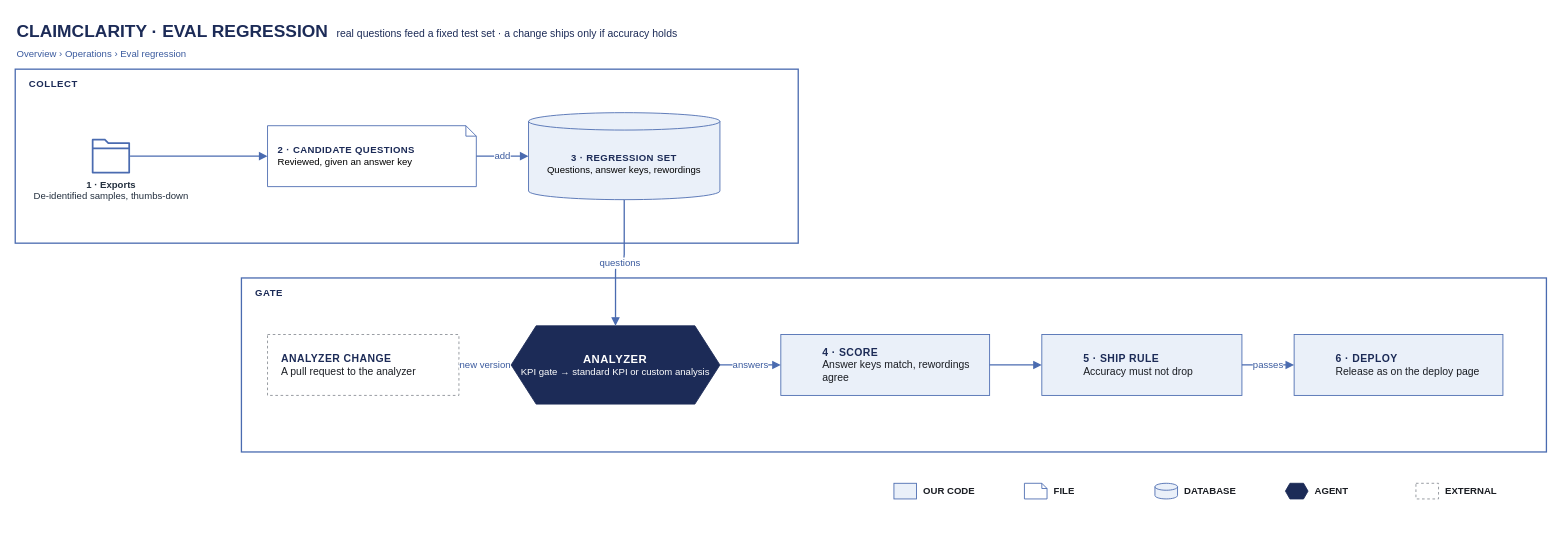
Above: docs/architecture/src/63-eval-regression.drawio in Peter-Shamoun/cc (draw.io), before the change. Source tidied: cells renumbered, new cells numbered last; positions are measured from the earlier drawing's top-left corner, leaving out a move shared by most shapes. Both pictures are drawn from the tidied source at 87%, with x=0, y=0 at pixel (15, 15).
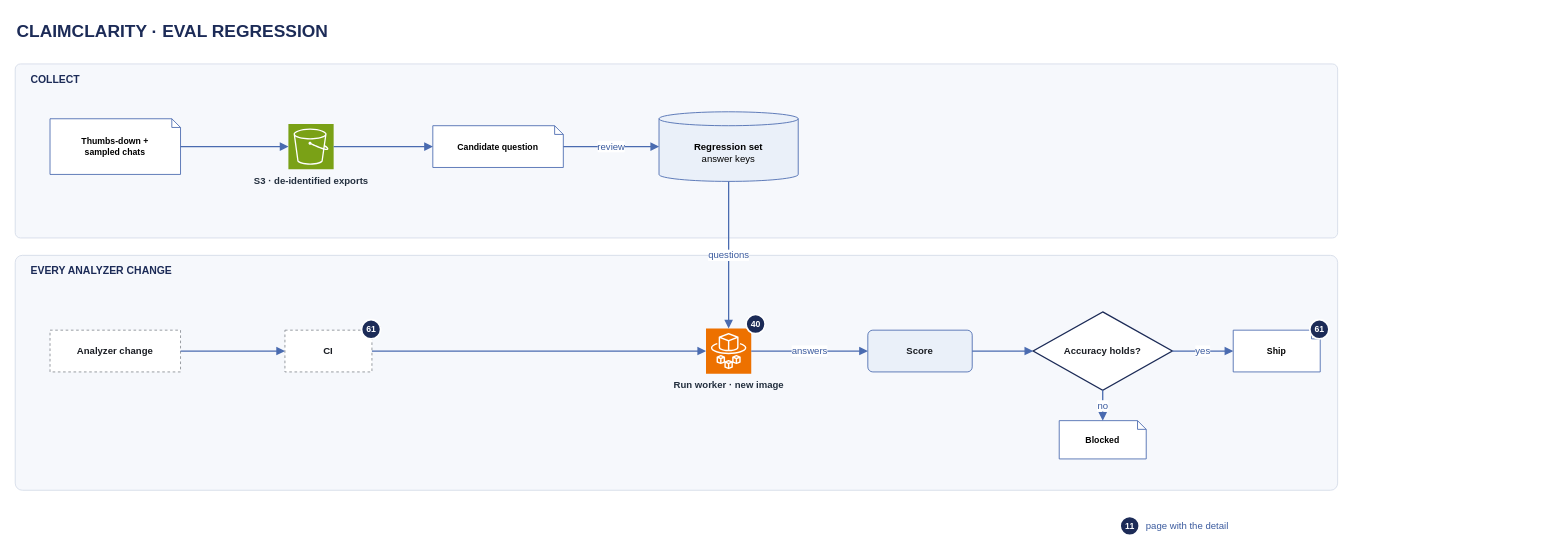
The same diagram, later.

The edit, as a diff of the source:
```diff
@@
-    <mxCell id="2" value="&lt;b style=&quot;font-size:20px&quot;&gt;CLAIMCLARITY · EVAL REGRESSION&lt;/b&gt;&amp;nbsp;&amp;nbsp;&amp;nbsp;real questions feed a fixed test set · a change ships only if accuracy holds" style="text;html=1;align=left;verticalAlign=middle;whiteSpace=wrap;fontFamily=Helvetica;fontSize=12;fontColor=#1C2B57;verticalAlign=top;" parent="1" vertex="1">
-      <mxGeometry width="1400" height="32" as="geometry" />
+    <mxCell id="2" value="&lt;b style='font-size:20px'&gt;CLAIMCLARITY · EVAL REGRESSION&lt;/b&gt;" style="text;html=1;align=left;verticalAlign=middle;fontSize=12;fontColor=#1C2B57;fontStyle=1;fontFamily=Helvetica;fontStyle=0;" parent="1" vertex="1">
+      <mxGeometry width="1520" height="36" as="geometry" />
     </mxCell>
-    <mxCell id="3" value="Overview › Operations › Eval regression" style="text;html=1;align=left;verticalAlign=middle;whiteSpace=wrap;fontFamily=Helvetica;fontSize=11;fontColor=#3A5A9E;verticalAlign=top;" parent="1" vertex="1">
-      <mxGeometry y="32" width="900" height="20" as="geometry" />
-    </mxCell>
-    <mxCell id="4" style="rounded=0;whiteSpace=wrap;html=1;fillColor=none;strokeColor=#4A6BB0;strokeWidth=1.5;" parent="1" vertex="1">
-      <mxGeometry y="62" width="900" height="200" as="geometry" />
-    </mxCell>
+    <mxCell id="34" style="rounded=1;arcSize=3;html=1;fillColor=#F6F8FC;strokeColor=#D5DCE8;" parent="1" vertex="1">
+      <mxGeometry y="56" width="1520" height="200" as="geometry" />
+    </mxCell>
-    <mxCell id="5" value="&lt;b style=&quot;color:#1C2B57;letter-spacing:0.06em&quot;&gt;COLLECT&lt;/b&gt;" style="text;html=1;align=left;verticalAlign=middle;whiteSpace=wrap;fontFamily=Helvetica;fontSize=11;" parent="4" vertex="1">
-      <mxGeometry x="14" y="6" width="872" height="22" as="geometry" />
+    <mxCell id="5" value="COLLECT" style="text;html=1;align=left;verticalAlign=middle;fontSize=12;fontColor=#1C2B57;fontStyle=1;fontFamily=Helvetica;" parent="1" vertex="1">
+      <mxGeometry x="16" y="62" width="1000" height="24" as="geometry" />
     </mxCell>
-    <mxCell id="6" value="&lt;b&gt;1 · Exports&lt;/b&gt;&lt;br&gt;De-identified samples, thumbs-down" style="shape=mxgraph.aws4.folder;html=1;fillColor=#4A6BB0;strokeColor=none;verticalLabelPosition=bottom;verticalAlign=top;align=center;fontSize=11;fontFamily=Helvetica;fontColor=#232F3E;" parent="1" vertex="1">
-      <mxGeometry x="86" y="142" width="48" height="40" as="geometry" />
-    </mxCell>
-    <mxCell id="7" value="&lt;b style=&quot;color:#1C2B57;letter-spacing:0.04em&quot;&gt;2 · CANDIDATE QUESTIONS&lt;/b&gt;&lt;br&gt;Reviewed, given an answer key" style="shape=note;size=12;whiteSpace=wrap;html=1;fillColor=#FFFFFF;strokeColor=#4A6BB0;fontSize=11;fontFamily=Helvetica;align=left;spacingLeft=10;" parent="1" vertex="1">
-      <mxGeometry x="290" y="127" width="240" height="70" as="geometry" />
-    </mxCell>
-    <mxCell id="8" value="&lt;b style=&quot;color:#1C2B57;letter-spacing:0.04em&quot;&gt;3 · REGRESSION SET&lt;/b&gt;&lt;br&gt;Questions, answer keys, rewordings" style="shape=cylinder3;whiteSpace=wrap;html=1;boundedLbl=1;backgroundOutline=1;size=10;fillColor=#EAF0F9;strokeColor=#4A6BB0;fontSize=11;fontFamily=Helvetica;" parent="1" vertex="1">
-      <mxGeometry x="590" y="112" width="220" height="100" as="geometry" />
-    </mxCell>
-    <mxCell id="9" style="rounded=0;whiteSpace=wrap;html=1;fillColor=none;strokeColor=#4A6BB0;strokeWidth=1.5;" parent="1" vertex="1">
-      <mxGeometry x="260" y="302" width="1500" height="200" as="geometry" />
-    </mxCell>
-    <mxCell id="10" value="&lt;b style=&quot;color:#1C2B57;letter-spacing:0.06em&quot;&gt;GATE&lt;/b&gt;" style="text;html=1;align=left;verticalAlign=middle;whiteSpace=wrap;fontFamily=Helvetica;fontSize=11;" parent="9" vertex="1">
-      <mxGeometry x="14" y="6" width="1472" height="22" as="geometry" />
-    </mxCell>
-    <mxCell id="11" value="&lt;b style=&quot;color:#1C2B57;letter-spacing:0.04em&quot;&gt;ANALYZER CHANGE&lt;/b&gt;&lt;br&gt;A pull request to the analyzer" style="rounded=0;whiteSpace=wrap;html=1;fillColor=#FFFFFF;strokeColor=#8A8E95;dashed=1;fontColor=#1A1D23;align=left;spacingLeft=14;spacingRight=10;verticalAlign=middle;fontSize=12;fontFamily=Helvetica;" parent="1" vertex="1">
-      <mxGeometry x="290" y="367" width="220" height="70" as="geometry" />
-    </mxCell>
-    <mxCell id="12" value="&lt;b style=&quot;font-size:13px;letter-spacing:0.04em&quot;&gt;ANALYZER&lt;/b&gt;&lt;br&gt;KPI gate → standard KPI or custom analysis" style="shape=hexagon;perimeter=hexagonPerimeter2;size=0.12;whiteSpace=wrap;html=1;fillColor=#1C2B57;strokeColor=#1C2B57;fontColor=#FFFFFF;fontFamily=Helvetica;fontSize=11;" parent="1" vertex="1">
-      <mxGeometry x="570" y="357" width="240" height="90" as="geometry" />
-    </mxCell>
-    <mxCell id="13" value="&lt;b style=&quot;color:#1C2B57;letter-spacing:0.04em&quot;&gt;4 · SCORE&lt;/b&gt;&lt;br&gt;Answer keys match, rewordings agree" style="rounded=0;whiteSpace=wrap;html=1;fillColor=#EAF0F9;strokeColor=#4A6BB0;fontColor=#1A1D23;align=left;spacingLeft=46;spacingRight=10;verticalAlign=middle;fontSize=12;fontFamily=Helvetica;" parent="1" vertex="1">
-      <mxGeometry x="880" y="367" width="240" height="70" as="geometry" />
-    </mxCell>
-    <mxCell id="14" value="&lt;b style=&quot;color:#1C2B57;letter-spacing:0.04em&quot;&gt;5 · SHIP RULE&lt;/b&gt;&lt;br&gt;Accuracy must not drop" style="rounded=0;whiteSpace=wrap;html=1;fillColor=#EAF0F9;strokeColor=#4A6BB0;fontColor=#1A1D23;align=left;spacingLeft=46;spacingRight=10;verticalAlign=middle;fontSize=12;fontFamily=Helvetica;" parent="1" vertex="1">
-      <mxGeometry x="1180" y="367" width="230" height="70" as="geometry" />
-    </mxCell>
-    <mxCell id="15" value="&lt;b style=&quot;color:#1C2B57;letter-spacing:0.04em&quot;&gt;6 · DEPLOY&lt;/b&gt;&lt;br&gt;Release as on the deploy page" style="rounded=0;whiteSpace=wrap;html=1;fillColor=#EAF0F9;strokeColor=#4A6BB0;fontColor=#1A1D23;align=left;spacingLeft=46;spacingRight=10;verticalAlign=middle;fontSize=12;fontFamily=Helvetica;" parent="1" vertex="1">
-      <mxGeometry x="1470" y="367" width="240" height="70" as="geometry" />
-    </mxCell>
-    <mxCell id="16" style="edgeStyle=orthogonalEdgeStyle;rounded=1;jettySize=auto;html=1;strokeColor=#4A6BB0;strokeWidth=1.5;endArrow=block;endFill=1;endSize=6;fontSize=11;fontColor=#3A5A9E;labelBackgroundColor=#FFFFFF;fontFamily=Helvetica;exitX=1;exitY=0.5;exitDx=0;exitDy=0;entryX=0;entryY=0.5;entryDx=0;entryDy=0;" parent="1" edge="1" source="6" target="7">
-      <mxGeometry relative="1" as="geometry" />
-    </mxCell>
-    <mxCell id="17" value="add" style="edgeStyle=orthogonalEdgeStyle;rounded=1;jettySize=auto;html=1;strokeColor=#4A6BB0;strokeWidth=1.5;endArrow=block;endFill=1;endSize=6;fontSize=11;fontColor=#3A5A9E;labelBackgroundColor=#FFFFFF;fontFamily=Helvetica;exitX=1;exitY=0.5;exitDx=0;exitDy=0;entryX=0;entryY=0.5;entryDx=0;entryDy=0;" parent="1" edge="1" source="7" target="8">
-      <mxGeometry relative="1" as="geometry" />
-    </mxCell>
+    <mxCell id="35" value="&lt;b&gt;Thumbs-down +&lt;br&gt;sampled chats&lt;/b&gt;" style="shape=note;size=10;whiteSpace=wrap;html=1;fillColor=#FFFFFF;strokeColor=#4A6BB0;fontSize=10;fontFamily=Helvetica;" parent="1" vertex="1">
+      <mxGeometry x="40" y="119" width="150" height="64" as="geometry" />
+    </mxCell>
+    <mxCell id="36" value="&lt;b&gt;S3 · de-identified exports&lt;/b&gt;" style="sketch=0;outlineConnect=0;dashed=0;fillColor=#7AA116;shape=mxgraph.aws4.resourceIcon;resIcon=mxgraph.aws4.s3;strokeColor=#ffffff;fontFamily=Helvetica;fontSize=11;fontColor=#232F3E;html=1;verticalLabelPosition=bottom;verticalAlign=top;align=center;" parent="1" vertex="1">
+      <mxGeometry x="314" y="125" width="52" height="52" as="geometry" />
+    </mxCell>
+    <mxCell id="37" value="&lt;b&gt;Candidate question&lt;/b&gt;" style="shape=note;size=10;whiteSpace=wrap;html=1;fillColor=#FFFFFF;strokeColor=#4A6BB0;fontSize=10;fontFamily=Helvetica;" parent="1" vertex="1">
+      <mxGeometry x="480" y="127" width="150" height="48" as="geometry" />
+    </mxCell>
+    <mxCell id="38" value="&lt;b&gt;Regression set&lt;/b&gt;&lt;br&gt;answer keys" style="shape=cylinder3;whiteSpace=wrap;html=1;boundedLbl=1;backgroundOutline=1;size=8;fillColor=#EAF0F9;strokeColor=#4A6BB0;fontSize=11;fontFamily=Helvetica;" parent="1" vertex="1">
+      <mxGeometry x="740" y="111" width="160" height="80" as="geometry" />
+    </mxCell>
+    <mxCell id="39" style="edgeStyle=orthogonalEdgeStyle;rounded=1;jettySize=auto;html=1;strokeColor=#4A6BB0;strokeWidth=1.5;endArrow=block;endFill=1;endSize=6;fontSize=11;fontColor=#3A5A9E;labelBackgroundColor=#FFFFFF;fontFamily=Helvetica;exitX=1;exitY=0.5;exitDx=0;exitDy=0;entryX=0;entryY=0.5;entryDx=0;entryDy=0;" parent="1" edge="1" source="35" target="36">
+      <mxGeometry relative="1" as="geometry" />
+    </mxCell>
+    <mxCell id="40" style="edgeStyle=orthogonalEdgeStyle;rounded=1;jettySize=auto;html=1;strokeColor=#4A6BB0;strokeWidth=1.5;endArrow=block;endFill=1;endSize=6;fontSize=11;fontColor=#3A5A9E;labelBackgroundColor=#FFFFFF;fontFamily=Helvetica;exitX=1;exitY=0.5;exitDx=0;exitDy=0;entryX=0;entryY=0.5;entryDx=0;entryDy=0;" parent="1" edge="1" source="36" target="37">
+      <mxGeometry relative="1" as="geometry" />
+    </mxCell>
+    <mxCell id="41" value="review" style="edgeStyle=orthogonalEdgeStyle;rounded=1;jettySize=auto;html=1;strokeColor=#4A6BB0;strokeWidth=1.5;endArrow=block;endFill=1;endSize=6;fontSize=11;fontColor=#3A5A9E;labelBackgroundColor=#FFFFFF;fontFamily=Helvetica;exitX=1;exitY=0.5;exitDx=0;exitDy=0;entryX=0;entryY=0.5;entryDx=0;entryDy=0;" parent="1" edge="1" source="37" target="38">
+      <mxGeometry relative="1" as="geometry" />
+    </mxCell>
+    <mxCell id="42" style="rounded=1;arcSize=3;html=1;fillColor=#F6F8FC;strokeColor=#D5DCE8;" parent="1" vertex="1">
+      <mxGeometry y="276" width="1520" height="270" as="geometry" />
+    </mxCell>
+    <mxCell id="43" value="EVERY ANALYZER CHANGE" style="text;html=1;align=left;verticalAlign=middle;fontSize=12;fontColor=#1C2B57;fontStyle=1;fontFamily=Helvetica;" parent="1" vertex="1">
+      <mxGeometry x="16" y="282" width="1000" height="24" as="geometry" />
+    </mxCell>
+    <mxCell id="44" value="&lt;b&gt;Analyzer change&lt;/b&gt;" style="rounded=0;whiteSpace=wrap;html=1;fillColor=#FFFFFF;strokeColor=#8A8E95;dashed=1;fontColor=#1A1D23;align=center;verticalAlign=middle;fontSize=11;fontFamily=Helvetica;" parent="1" vertex="1">
+      <mxGeometry x="40" y="362" width="150" height="48" as="geometry" />
+    </mxCell>
+    <mxCell id="45" value="&lt;b&gt;CI&lt;/b&gt;" style="rounded=0;whiteSpace=wrap;html=1;fillColor=#FFFFFF;strokeColor=#8A8E95;dashed=1;fontColor=#1A1D23;align=center;verticalAlign=middle;fontSize=11;fontFamily=Helvetica;" parent="1" vertex="1">
+      <mxGeometry x="310" y="362" width="100" height="48" as="geometry" />
+    </mxCell>
+    <mxCell id="46" value="61" style="ellipse;html=1;fillColor=#1C2B57;strokeColor=#FFFFFF;strokeWidth=2;fontColor=#FFFFFF;fontStyle=1;fontSize=10;fontFamily=Helvetica;" parent="1" vertex="1">
+      <mxGeometry x="398" y="350" width="22" height="22" as="geometry" />
+    </mxCell>
+    <mxCell id="47" value="&lt;b&gt;Run worker · new image&lt;/b&gt;" style="sketch=0;outlineConnect=0;dashed=0;fillColor=#ED7100;shape=mxgraph.aws4.resourceIcon;resIcon=mxgraph.aws4.fargate;strokeColor=#ffffff;fontFamily=Helvetica;fontSize=11;fontColor=#232F3E;html=1;verticalLabelPosition=bottom;verticalAlign=top;align=center;" parent="1" vertex="1">
+      <mxGeometry x="794" y="360" width="52" height="52" as="geometry" />
+    </mxCell>
+    <mxCell id="48" value="40" style="ellipse;html=1;fillColor=#1C2B57;strokeColor=#FFFFFF;strokeWidth=2;fontColor=#FFFFFF;fontStyle=1;fontSize=10;fontFamily=Helvetica;" parent="1" vertex="1">
+      <mxGeometry x="840" y="344" width="22" height="22" as="geometry" />
+    </mxCell>
+    <mxCell id="49" value="&lt;b&gt;Score&lt;/b&gt;" style="rounded=1;arcSize=12;whiteSpace=wrap;html=1;fillColor=#EAF0F9;strokeColor=#4A6BB0;fontSize=11;fontFamily=Helvetica;fontColor=#1A1D23;" parent="1" vertex="1">
+      <mxGeometry x="980" y="362" width="120" height="48" as="geometry" />
+    </mxCell>
+    <mxCell id="50" value="&lt;b&gt;Accuracy holds?&lt;/b&gt;" style="rhombus;whiteSpace=wrap;html=1;fillColor=#FFFFFF;strokeColor=#1C2B57;strokeWidth=1.5;fontSize=11;fontFamily=Helvetica;fontColor=#1A1D23;" parent="1" vertex="1">
+      <mxGeometry x="1170" y="341" width="160" height="90" as="geometry" />
+    </mxCell>
+    <mxCell id="51" value="&lt;b&gt;Ship&lt;/b&gt;" style="shape=note;size=10;whiteSpace=wrap;html=1;fillColor=#FFFFFF;strokeColor=#4A6BB0;fontSize=10;fontFamily=Helvetica;" parent="1" vertex="1">
+      <mxGeometry x="1400" y="362" width="100" height="48" as="geometry" />
+    </mxCell>
+    <mxCell id="52" value="61" style="ellipse;html=1;fillColor=#1C2B57;strokeColor=#FFFFFF;strokeWidth=2;fontColor=#FFFFFF;fontStyle=1;fontSize=10;fontFamily=Helvetica;" parent="1" vertex="1">
+      <mxGeometry x="1488" y="350" width="22" height="22" as="geometry" />
+    </mxCell>
+    <mxCell id="53" value="&lt;b&gt;Blocked&lt;/b&gt;" style="shape=note;size=10;whiteSpace=wrap;html=1;fillColor=#FFFFFF;strokeColor=#4A6BB0;fontSize=10;fontFamily=Helvetica;" parent="1" vertex="1">
+      <mxGeometry x="1200" y="466" width="100" height="44" as="geometry" />
+    </mxCell>
+    <mxCell id="54" style="edgeStyle=orthogonalEdgeStyle;rounded=1;jettySize=auto;html=1;strokeColor=#4A6BB0;strokeWidth=1.5;endArrow=block;endFill=1;endSize=6;fontSize=11;fontColor=#3A5A9E;labelBackgroundColor=#FFFFFF;fontFamily=Helvetica;exitX=1;exitY=0.5;exitDx=0;exitDy=0;entryX=0;entryY=0.5;entryDx=0;entryDy=0;" parent="1" edge="1" source="44" target="45">
+      <mxGeometry relative="1" as="geometry" />
+    </mxCell>
+    <mxCell id="55" style="edgeStyle=orthogonalEdgeStyle;rounded=1;jettySize=auto;html=1;strokeColor=#4A6BB0;strokeWidth=1.5;endArrow=block;endFill=1;endSize=6;fontSize=11;fontColor=#3A5A9E;labelBackgroundColor=#FFFFFF;fontFamily=Helvetica;exitX=1;exitY=0.5;exitDx=0;exitDy=0;entryX=0;entryY=0.5;entryDx=0;entryDy=0;" parent="1" edge="1" source="45" target="47">
+      <mxGeometry relative="1" as="geometry" />
+    </mxCell>
+    <mxCell id="20" value="answers" style="edgeStyle=orthogonalEdgeStyle;rounded=1;jettySize=auto;html=1;strokeColor=#4A6BB0;strokeWidth=1.5;endArrow=block;endFill=1;endSize=6;fontSize=11;fontColor=#3A5A9E;labelBackgroundColor=#FFFFFF;fontFamily=Helvetica;exitX=1;exitY=0.5;exitDx=0;exitDy=0;entryX=0;entryY=0.5;entryDx=0;entryDy=0;" parent="1" edge="1" source="47" target="49">
+      <mxGeometry relative="1" as="geometry" />
+    </mxCell>
-    <mxCell id="18" value="questions" style="edgeStyle=orthogonalEdgeStyle;rounded=1;jettySize=auto;html=1;strokeColor=#4A6BB0;strokeWidth=1.5;endArrow=block;endFill=1;endSize=6;fontSize=11;fontColor=#3A5A9E;labelBackgroundColor=#FFFFFF;fontFamily=Helvetica;exitX=0.5;exitY=1;exitDx=0;exitDy=0;entryX=0.5;entryY=0;entryDx=0;entryDy=0;" parent="1" edge="1" source="8" target="12">
+    <mxCell id="18" value="questions" style="edgeStyle=orthogonalEdgeStyle;rounded=1;jettySize=auto;html=1;strokeColor=#4A6BB0;strokeWidth=1.5;endArrow=block;endFill=1;endSize=6;fontSize=11;fontColor=#3A5A9E;labelBackgroundColor=#FFFFFF;fontFamily=Helvetica;exitX=0.5;exitY=1;exitDx=0;exitDy=0;entryX=0.5;entryY=0;entryDx=0;entryDy=0;" parent="1" edge="1" source="38" target="47">
       <mxGeometry relative="1" as="geometry" />
     </mxCell>
-    <mxCell id="19" value="new version" style="edgeStyle=orthogonalEdgeStyle;rounded=1;jettySize=auto;html=1;strokeColor=#4A6BB0;strokeWidth=1.5;endArrow=block;endFill=1;endSize=6;fontSize=11;fontColor=#3A5A9E;labelBackgroundColor=#FFFFFF;fontFamily=Helvetica;exitX=1;exitY=0.5;exitDx=0;exitDy=0;entryX=0;entryY=0.5;entryDx=0;entryDy=0;" parent="1" edge="1" source="11" target="12">
-      <mxGeometry relative="1" as="geometry" />
-    </mxCell>
-    <mxCell id="20" value="answers" style="edgeStyle=orthogonalEdgeStyle;rounded=1;jettySize=auto;html=1;strokeColor=#4A6BB0;strokeWidth=1.5;endArrow=block;endFill=1;endSize=6;fontSize=11;fontColor=#3A5A9E;labelBackgroundColor=#FFFFFF;fontFamily=Helvetica;exitX=1;exitY=0.5;exitDx=0;exitDy=0;entryX=0;entryY=0.5;entryDx=0;entryDy=0;" parent="1" edge="1" source="12" target="13">
-      <mxGeometry relative="1" as="geometry" />
-    </mxCell>
-    <mxCell id="21" style="edgeStyle=orthogonalEdgeStyle;rounded=1;jettySize=auto;html=1;strokeColor=#4A6BB0;strokeWidth=1.5;endArrow=block;endFill=1;endSize=6;fontSize=11;fontColor=#3A5A9E;labelBackgroundColor=#FFFFFF;fontFamily=Helvetica;exitX=1;exitY=0.5;exitDx=0;exitDy=0;entryX=0;entryY=0.5;entryDx=0;entryDy=0;" parent="1" edge="1" source="13" target="14">
-      <mxGeometry relative="1" as="geometry" />
-    </mxCell>
-    <mxCell id="22" value="passes" style="edgeStyle=orthogonalEdgeStyle;rounded=1;jettySize=auto;html=1;strokeColor=#4A6BB0;strokeWidth=1.5;endArrow=block;endFill=1;endSize=6;fontSize=11;fontColor=#3A5A9E;labelBackgroundColor=#FFFFFF;fontFamily=Helvetica;exitX=1;exitY=0.5;exitDx=0;exitDy=0;entryX=0;entryY=0.5;entryDx=0;entryDy=0;" parent="1" edge="1" source="14" target="15">
-      <mxGeometry relative="1" as="geometry" />
-    </mxCell>
-    <mxCell id="23" style="rounded=0;html=1;fillColor=none;strokeColor=none;" parent="1" vertex="1">
-      <mxGeometry x="1010" y="532" width="750" height="30" as="geometry" />
-    </mxCell>
-    <mxCell id="24" style="rounded=0;whiteSpace=wrap;html=1;fillColor=#EAF0F9;strokeColor=#4A6BB0;fontColor=#1A1D23;align=left;spacingLeft=14;spacingRight=10;verticalAlign=middle;fontSize=12;fontFamily=Helvetica;" parent="23" vertex="1">
-      <mxGeometry y="6" width="26" height="18" as="geometry" />
-    </mxCell>
-    <mxCell id="25" value="OUR CODE" style="text;html=1;align=left;verticalAlign=middle;fontSize=11;fontColor=#1A1D23;fontStyle=1;fontFamily=Helvetica;" parent="23" vertex="1">
-      <mxGeometry x="32" y="4" width="112" height="22" as="geometry" />
-    </mxCell>
-    <mxCell id="26" style="shape=note;size=6;whiteSpace=wrap;html=1;fillColor=#FFFFFF;strokeColor=#4A6BB0;fontSize=11;fontFamily=Helvetica;align=left;spacingLeft=10;" parent="23" vertex="1">
-      <mxGeometry x="150" y="6" width="26" height="18" as="geometry" />
-    </mxCell>
-    <mxCell id="27" value="FILE" style="text;html=1;align=left;verticalAlign=middle;fontSize=11;fontColor=#1A1D23;fontStyle=1;fontFamily=Helvetica;" parent="23" vertex="1">
-      <mxGeometry x="182" y="4" width="112" height="22" as="geometry" />
-    </mxCell>
-    <mxCell id="28" style="shape=cylinder3;whiteSpace=wrap;html=1;boundedLbl=1;backgroundOutline=1;size=4;fillColor=#EAF0F9;strokeColor=#4A6BB0;fontSize=11;fontFamily=Helvetica;" parent="23" vertex="1">
-      <mxGeometry x="300" y="6" width="26" height="18" as="geometry" />
-    </mxCell>
-    <mxCell id="29" value="DATABASE" style="text;html=1;align=left;verticalAlign=middle;fontSize=11;fontColor=#1A1D23;fontStyle=1;fontFamily=Helvetica;" parent="23" vertex="1">
-      <mxGeometry x="332" y="4" width="112" height="22" as="geometry" />
-    </mxCell>
-    <mxCell id="30" style="shape=hexagon;perimeter=hexagonPerimeter2;size=0.2;fillColor=#1C2B57;strokeColor=#1C2B57;html=1;" parent="23" vertex="1">
-      <mxGeometry x="450" y="6" width="26" height="18" as="geometry" />
-    </mxCell>
-    <mxCell id="31" value="AGENT" style="text;html=1;align=left;verticalAlign=middle;fontSize=11;fontColor=#1A1D23;fontStyle=1;fontFamily=Helvetica;" parent="23" vertex="1">
-      <mxGeometry x="482" y="4" width="112" height="22" as="geometry" />
-    </mxCell>
-    <mxCell id="32" style="fillColor=#FFFFFF;strokeColor=#8A8E95;dashed=1;html=1;" parent="23" vertex="1">
-      <mxGeometry x="600" y="6" width="26" height="18" as="geometry" />
-    </mxCell>
-    <mxCell id="33" value="EXTERNAL" style="text;html=1;align=left;verticalAlign=middle;fontSize=11;fontColor=#1A1D23;fontStyle=1;fontFamily=Helvetica;" parent="23" vertex="1">
-      <mxGeometry x="632" y="4" width="112" height="22" as="geometry" />
-    </mxCell>
+    <mxCell id="56" style="edgeStyle=orthogonalEdgeStyle;rounded=1;jettySize=auto;html=1;strokeColor=#4A6BB0;strokeWidth=1.5;endArrow=block;endFill=1;endSize=6;fontSize=11;fontColor=#3A5A9E;labelBackgroundColor=#FFFFFF;fontFamily=Helvetica;exitX=1;exitY=0.5;exitDx=0;exitDy=0;entryX=0;entryY=0.5;entryDx=0;entryDy=0;" parent="1" edge="1" source="49" target="50">
+      <mxGeometry relative="1" as="geometry" />
+    </mxCell>
+    <mxCell id="57" value="yes" style="edgeStyle=orthogonalEdgeStyle;rounded=1;jettySize=auto;html=1;strokeColor=#4A6BB0;strokeWidth=1.5;endArrow=block;endFill=1;endSize=6;fontSize=11;fontColor=#3A5A9E;labelBackgroundColor=#FFFFFF;fontFamily=Helvetica;exitX=1;exitY=0.5;exitDx=0;exitDy=0;entryX=0;entryY=0.5;entryDx=0;entryDy=0;" parent="1" edge="1" source="50" target="51">
+      <mxGeometry relative="1" as="geometry" />
+    </mxCell>
+    <mxCell id="58" value="no" style="edgeStyle=orthogonalEdgeStyle;rounded=1;jettySize=auto;html=1;strokeColor=#4A6BB0;strokeWidth=1.5;endArrow=block;endFill=1;endSize=6;fontSize=11;fontColor=#3A5A9E;labelBackgroundColor=#FFFFFF;fontFamily=Helvetica;exitX=0.5;exitY=1;exitDx=0;exitDy=0;entryX=0.5;entryY=0;entryDx=0;entryDy=0;" parent="1" edge="1" source="50" target="53">
+      <mxGeometry relative="1" as="geometry" />
+    </mxCell>
+    <mxCell id="59" value="11" style="ellipse;html=1;fillColor=#1C2B57;strokeColor=#FFFFFF;strokeWidth=2;fontColor=#FFFFFF;fontStyle=1;fontSize=10;fontFamily=Helvetica;" parent="1" vertex="1">
+      <mxGeometry x="1270" y="576" width="22" height="22" as="geometry" />
+    </mxCell>
+    <mxCell id="60" value="page with the detail" style="text;html=1;align=left;verticalAlign=middle;fontSize=11;fontColor=#1A1D23;fontFamily=Helvetica;whiteSpace=wrap;fontColor=#3A5A9E;" parent="1" vertex="1">
+      <mxGeometry x="1298" y="574" width="200" height="26" as="geometry" />
+    </mxCell>
```
